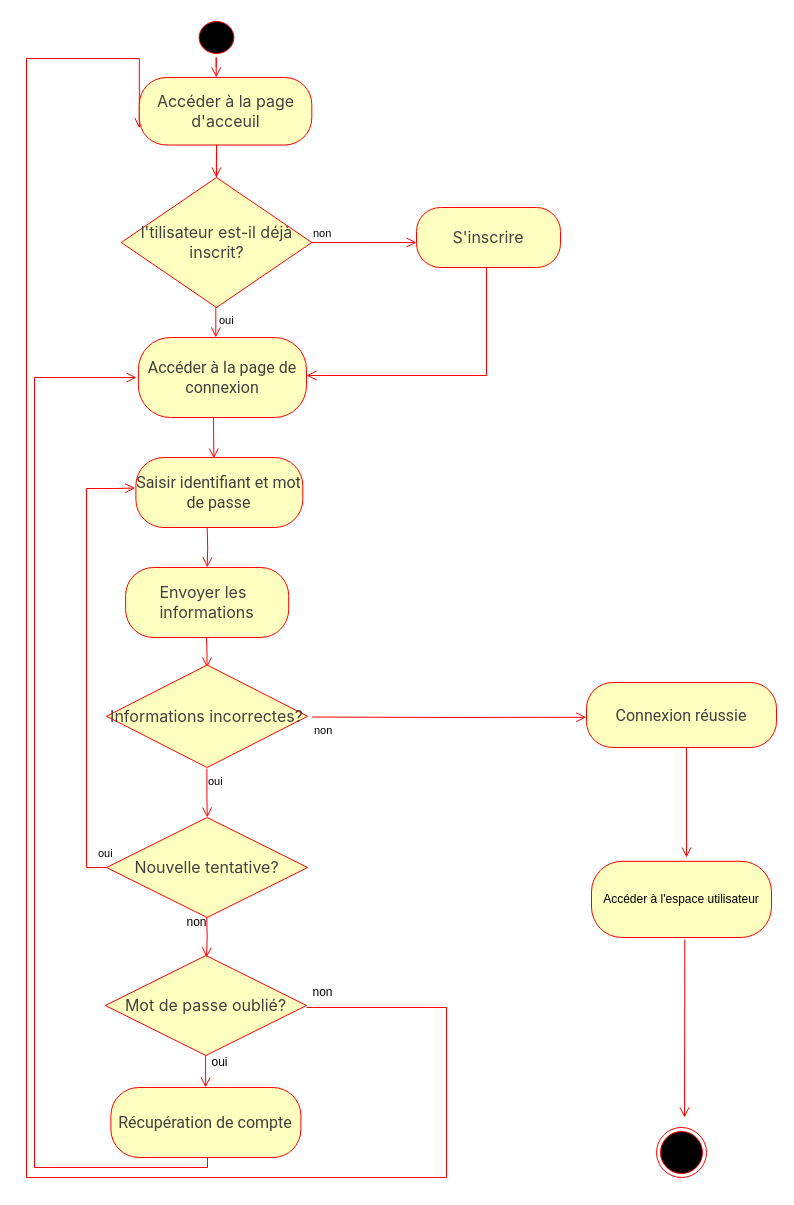
Rahma3-sys/Searchgi keeps this draw.io diagram as Diagramme d'activitéAvis.drawio.drawio. Above is the earlier version. Source tidied: cells renumbered, new cells numbered last; positions are measured from the earlier drawing's top-left corner, leaving out a move shared by most shapes. Both pictures are drawn from the tidied source at 100%, with x=0, y=0 at pixel (26, 17).
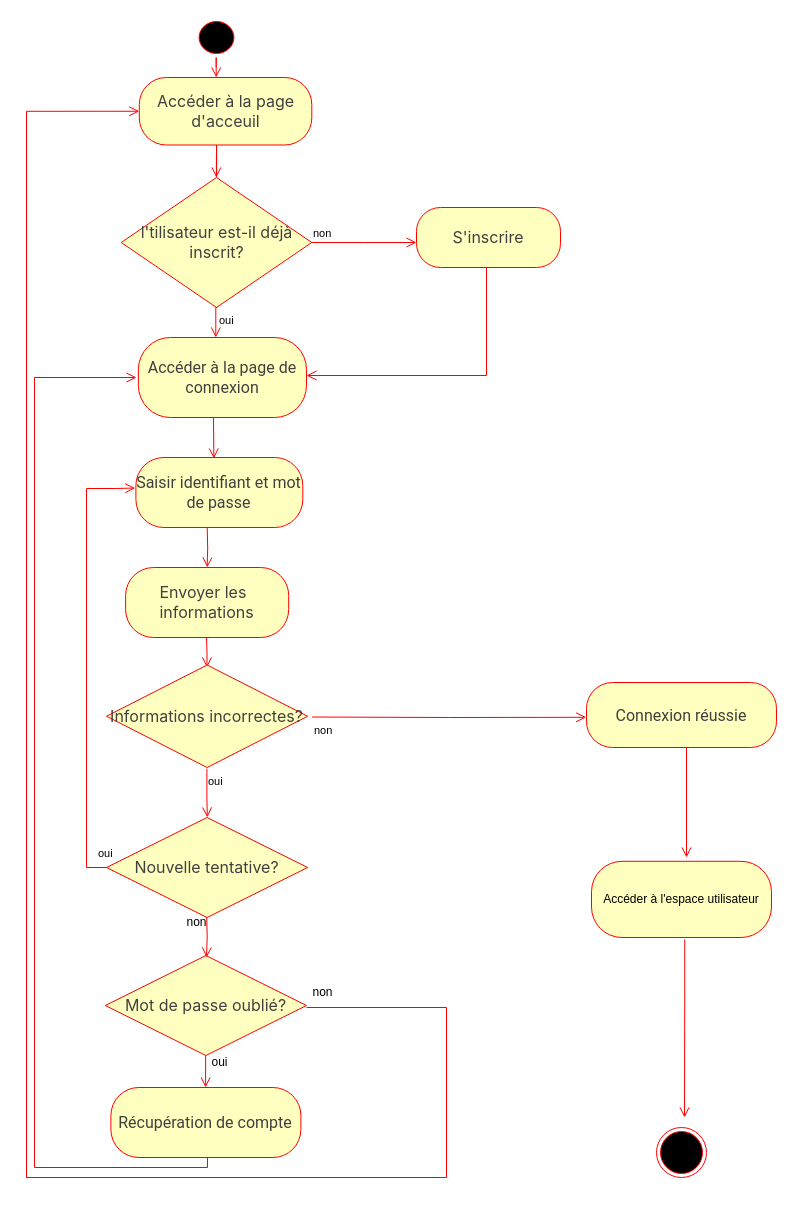
The same diagram, later.

Commit message (it also covers changes not shown here):
Mettre à jour Diagramme d'activitéAvis.drawio.drawio

The change refers to these unchanged cells:
```xml
<mxCell id="30" value="&lt;span style=&quot;color: rgb(64, 64, 64); font-family: Inter, system-ui, -apple-system, BlinkMacSystemFont, &amp;quot;Segoe UI&amp;quot;, Roboto, &amp;quot;Noto Sans&amp;quot;, Ubuntu, Cantarell, &amp;quot;Helvetica Neue&amp;quot;, Oxygen, &amp;quot;Open Sans&amp;quot;, sans-serif; font-size: 16.002px; text-align: left;&quot;&gt;Accéder à la page d'acceuil&lt;/span&gt;" style="rounded=1;whiteSpace=wrap;html=1;arcSize=40;fontColor=#000000;fillColor=#ffffc0;strokeColor=#ff0000;" parent="1" vertex="1">
  <mxGeometry x="112.8" y="60" width="172.5" height="67.5" as="geometry" />
</mxCell>
```

What changed in the source:
```diff
@@
-    <mxCell id="28" style="edgeStyle=orthogonalEdgeStyle;html=1;verticalAlign=bottom;endArrow=open;endSize=8;strokeColor=#ff0000;rounded=0;entryX=0;entryY=0.75;entryDx=0;entryDy=0;" parent="1" edge="1" target="30">
+    <mxCell id="28" style="edgeStyle=orthogonalEdgeStyle;html=1;verticalAlign=bottom;endArrow=open;endSize=8;strokeColor=#ff0000;rounded=0;entryX=0;entryY=0.5;entryDx=0;entryDy=0;" parent="1" edge="1" target="30">
       <mxGeometry relative="1" as="geometry">
         <mxPoint x="280" y="990" as="sourcePoint" />
         <Array as="points">
           <mxPoint x="420" y="990" />
           <mxPoint x="420" y="1160" />
           <mxPoint y="1160" />
-          <mxPoint y="41" />
-          <mxPoint x="113" y="41" />
+          <mxPoint y="94" />
         </Array>
       </mxGeometry>
     </mxCell>
```
